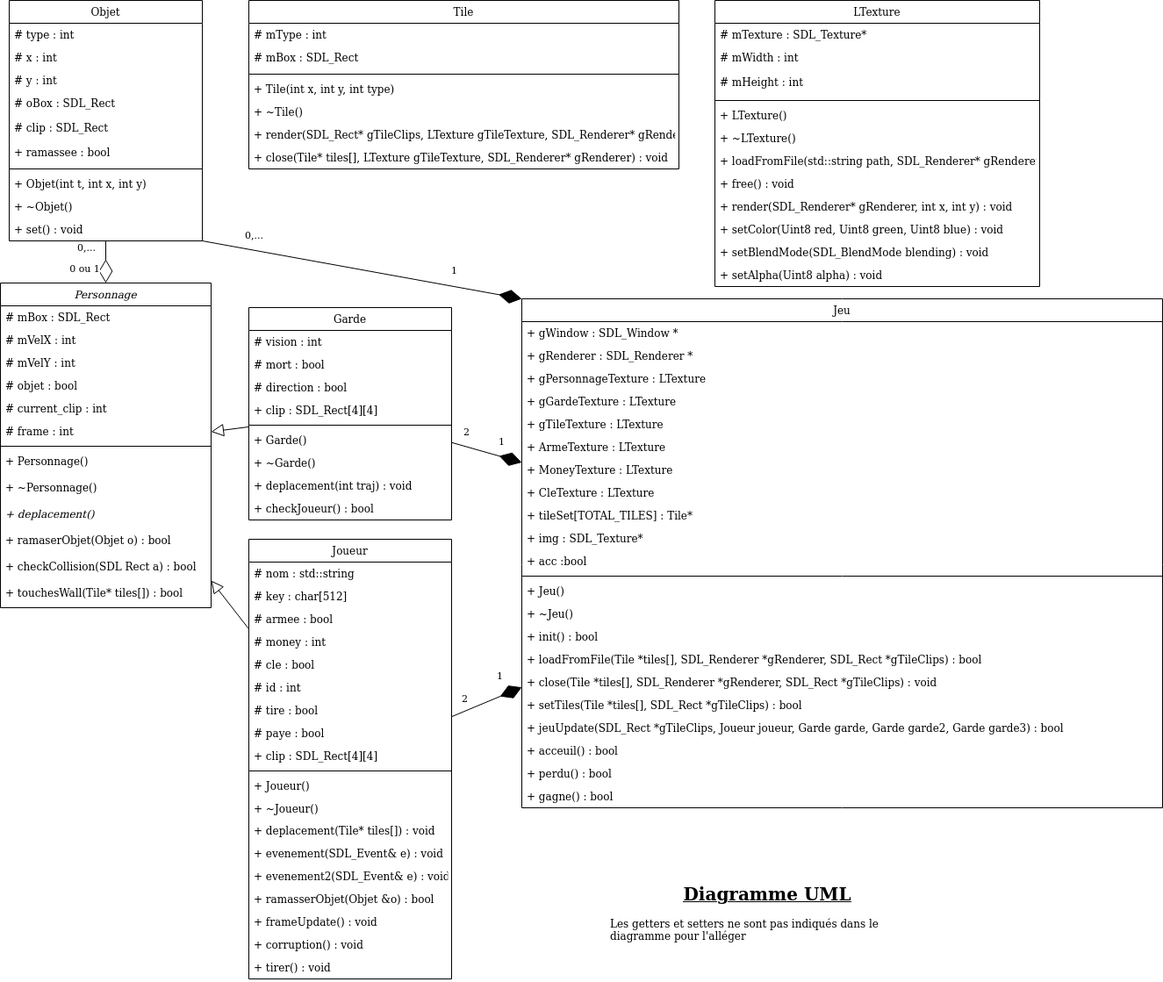
The draw.io diagram Jeu_BenHamou_Gueguen/UML.png in hocine2725/JeuCpp, before a commit. Source tidied: cells renumbered, new cells last; positions are measured from the earlier drawing's top-left corner, leaving out a move shared by most shapes.
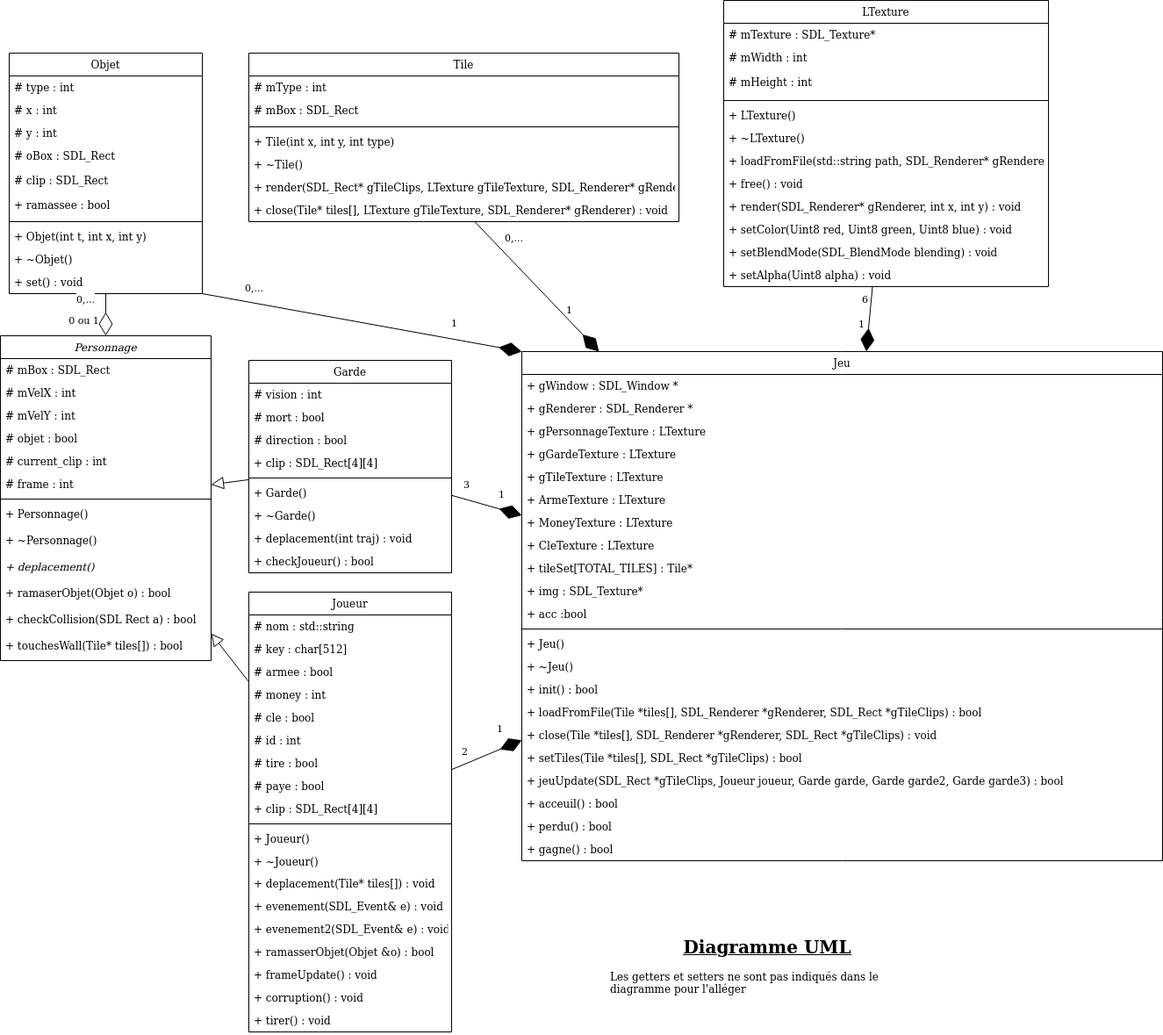
Later version of the same file.

The edit, as a diff of the source:
```diff
@@ -121,7 +121,7 @@
         <mxPoint x="-9" y="-18.7" as="offset" />
       </mxGeometry>
     </mxCell>
-    <mxCell id="41" value="2" style="edgeLabel;html=1;align=center;verticalAlign=middle;" parent="39" vertex="1">
+    <mxCell id="41" value="3" style="edgeLabel;html=1;align=center;verticalAlign=middle;" parent="39" vertex="1">
       <mxGeometry x="-0.71" y="3" relative="1" as="geometry">
         <mxPoint x="3.9" y="-14.1" as="offset" />
       </mxGeometry>
@@ -236,7 +236,7 @@
       </mxGeometry>
     </mxCell>
     <mxCell id="77" value="LTexture" style="swimlane;fontStyle=0;align=center;verticalAlign=top;horizontal=1;startSize=26;rounded=0;shadow=0;strokeWidth=1;" parent="1" vertex="1">
-      <mxGeometry x="814" width="370" height="326" as="geometry" />
+      <mxGeometry x="824" y="-60" width="370" height="326" as="geometry" />
     </mxCell>
     <mxCell id="78" value="# mTexture : SDL_Texture*" style="text;align=left;verticalAlign=top;spacingLeft=4;spacingRight=4;overflow=hidden;" parent="77" vertex="1">
       <mxGeometry y="26" width="370" height="26" as="geometry" />
@@ -360,5 +360,31 @@
     <mxCell id="115" value="&lt;div&gt;&lt;u&gt;&lt;b&gt;&lt;font style=&quot;font-size: 20px&quot;&gt;Diagramme UML&lt;/font&gt;&lt;/b&gt;&lt;/u&gt;&lt;/div&gt;&lt;div&gt;&lt;br&gt;&lt;/div&gt;&lt;div align=&quot;left&quot;&gt;Les getters et setters ne sont pas indiqués dans le diagramme pour l'alléger&lt;br&gt;&lt;/div&gt;" style="text;html=1;strokeColor=none;fillColor=none;align=center;verticalAlign=middle;whiteSpace=wrap;rounded=0;" parent="1" vertex="1">
       <mxGeometry x="694" y="1010" width="360" height="60" as="geometry" />
     </mxCell>
+    <mxCell id="116" style="endArrow=diamondThin;endFill=1;endSize=24;html=1;" parent="1" edge="1" source="111" target="16">
+      <mxGeometry relative="1" as="geometry" />
+    </mxCell>
+    <mxCell id="117" value="1" style="edgeLabel;html=1;align=center;verticalAlign=middle;" parent="116" vertex="1">
+      <mxGeometry x="0.62" y="2" relative="1" as="geometry">
+        <mxPoint x="-9" y="-18.7" as="offset" />
+      </mxGeometry>
+    </mxCell>
+    <mxCell id="118" value="0,..." style="edgeLabel;html=1;align=center;verticalAlign=middle;" parent="116" vertex="1">
+      <mxGeometry x="-0.71" y="3" relative="1" as="geometry">
+        <mxPoint x="21" y="-2" as="offset" />
+      </mxGeometry>
+    </mxCell>
+    <mxCell id="119" style="endArrow=diamondThin;endFill=1;endSize=24;html=1;" parent="1" edge="1" source="77" target="16">
+      <mxGeometry relative="1" as="geometry" />
+    </mxCell>
+    <mxCell id="120" value="1" style="edgeLabel;html=1;align=center;verticalAlign=middle;" parent="119" vertex="1">
+      <mxGeometry x="0.62" y="2" relative="1" as="geometry">
+        <mxPoint x="-9" y="-18.7" as="offset" />
+      </mxGeometry>
+    </mxCell>
+    <mxCell id="121" value="6" style="edgeLabel;html=1;align=center;verticalAlign=middle;" parent="119" vertex="1">
+      <mxGeometry x="-0.71" y="3" relative="1" as="geometry">
+        <mxPoint x="-11" y="3" as="offset" />
+      </mxGeometry>
+    </mxCell>
   </root>
 </mxGraphModel>
```
